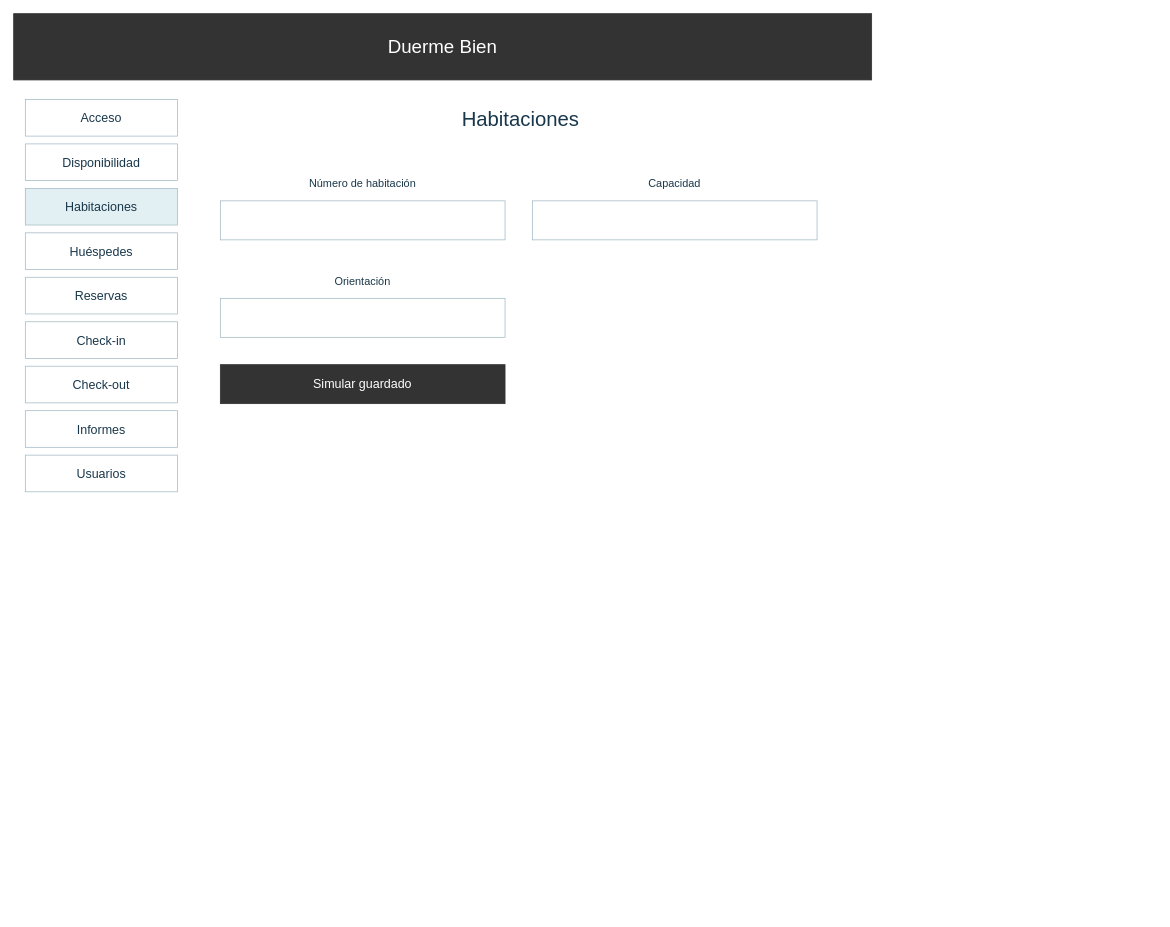
Before: page "Wireframe · Habitaciones" (4 of 19) of diagramas-editables/interfaces.drawio in Yutre3/hotel-duerme-bien, a draw.io diagram. Source tidied: cells renumbered, new cells numbered last; positions are measured from the earlier drawing's top-left corner, leaving out a move shared by most shapes. Both pictures are drawn from the tidied source at 78%, with x=0, y=0 at pixel (13, 13).
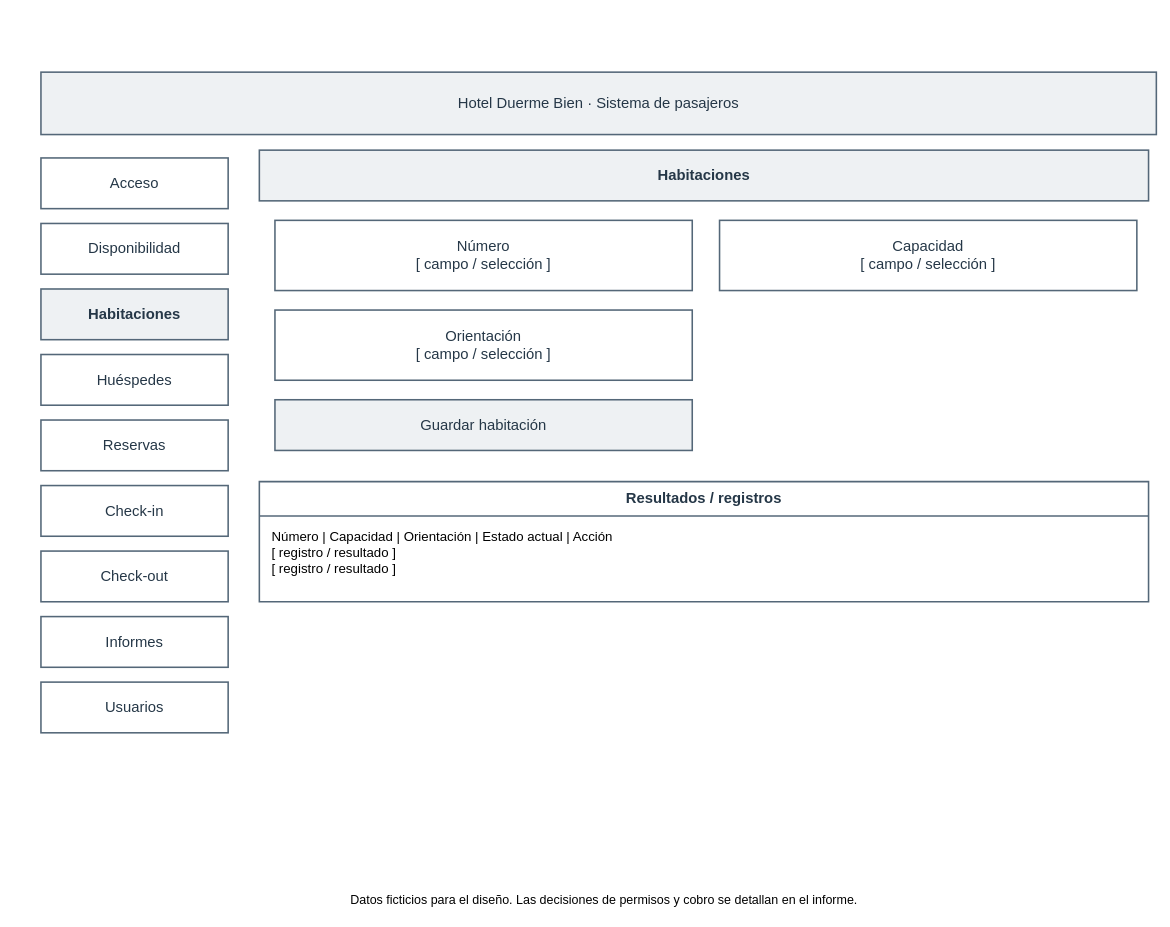
After the change.

Diff of the diagram source:
```diff
@@
 <mxGraphModel>
   <root>
     <mxCell id="0" />
     <mxCell id="1" parent="0" />
-    <mxCell id="2" value="Duerme Bien" style="html=0;whiteSpace=wrap;rounded=0;fillColor=#333333;fontColor=#ffffff;strokeColor=#333333;fontSize=24;" parent="1" vertex="1">
-      <mxGeometry width="1100" height="85" as="geometry" />
-    </mxCell>
+    <mxCell id="20" value="Hotel Duerme Bien · Sistema de pasajeros" style="rounded=0;html=0;whiteSpace=wrap;strokeColor=#546778;strokeWidth=2;fillColor=#eef1f3;fontColor=#253747;fontSize=19;" parent="1" vertex="1">
+      <mxGeometry x="35" y="75" width="1430" height="80" as="geometry" />
+    </mxCell>
-    <mxCell id="3" value="Acceso" style="html=0;whiteSpace=wrap;rounded=0;fillColor=#ffffff;fontColor=#19374b;strokeColor=#a7bcc6;fontSize=16;" parent="1" vertex="1">
-      <mxGeometry x="15" y="110" width="195" height="47" as="geometry" />
+    <mxCell id="3" value="Acceso" style="rounded=0;html=0;whiteSpace=wrap;strokeColor=#546778;strokeWidth=2;fillColor=#ffffff;fontColor=#253747;fontSize=19;" parent="1" vertex="1">
+      <mxGeometry x="35" y="185" width="240" height="65" as="geometry" />
     </mxCell>
-    <mxCell id="4" value="Disponibilidad" style="html=0;whiteSpace=wrap;rounded=0;fillColor=#ffffff;fontColor=#19374b;strokeColor=#a7bcc6;fontSize=16;" parent="1" vertex="1">
-      <mxGeometry x="15" y="167" width="195" height="47" as="geometry" />
+    <mxCell id="4" value="Disponibilidad" style="rounded=0;html=0;whiteSpace=wrap;strokeColor=#546778;strokeWidth=2;fillColor=#ffffff;fontColor=#253747;fontSize=19;" parent="1" vertex="1">
+      <mxGeometry x="35" y="269" width="240" height="65" as="geometry" />
     </mxCell>
-    <mxCell id="5" value="Habitaciones" style="html=0;whiteSpace=wrap;rounded=0;fillColor=#e3f0f3;fontColor=#19374b;strokeColor=#a7bcc6;fontSize=16;" parent="1" vertex="1">
-      <mxGeometry x="15" y="224" width="195" height="47" as="geometry" />
-    </mxCell>
+    <mxCell id="21" value="Habitaciones" style="rounded=0;html=0;whiteSpace=wrap;strokeColor=#546778;strokeWidth=2;fillColor=#eef1f3;fontColor=#253747;fontSize=19;fontStyle=1;" parent="1" vertex="1">
+      <mxGeometry x="35" y="353" width="240" height="65" as="geometry" />
+    </mxCell>
-    <mxCell id="6" value="Huéspedes" style="html=0;whiteSpace=wrap;rounded=0;fillColor=#ffffff;fontColor=#19374b;strokeColor=#a7bcc6;fontSize=16;" parent="1" vertex="1">
-      <mxGeometry x="15" y="281" width="195" height="47" as="geometry" />
+    <mxCell id="6" value="Huéspedes" style="rounded=0;html=0;whiteSpace=wrap;strokeColor=#546778;strokeWidth=2;fillColor=#ffffff;fontColor=#253747;fontSize=19;" parent="1" vertex="1">
+      <mxGeometry x="35" y="437" width="240" height="65" as="geometry" />
     </mxCell>
-    <mxCell id="7" value="Reservas" style="html=0;whiteSpace=wrap;rounded=0;fillColor=#ffffff;fontColor=#19374b;strokeColor=#a7bcc6;fontSize=16;" parent="1" vertex="1">
-      <mxGeometry x="15" y="338" width="195" height="47" as="geometry" />
+    <mxCell id="7" value="Reservas" style="rounded=0;html=0;whiteSpace=wrap;strokeColor=#546778;strokeWidth=2;fillColor=#ffffff;fontColor=#253747;fontSize=19;" parent="1" vertex="1">
+      <mxGeometry x="35" y="521" width="240" height="65" as="geometry" />
     </mxCell>
-    <mxCell id="8" value="Check-in" style="html=0;whiteSpace=wrap;rounded=0;fillColor=#ffffff;fontColor=#19374b;strokeColor=#a7bcc6;fontSize=16;" parent="1" vertex="1">
-      <mxGeometry x="15" y="395" width="195" height="47" as="geometry" />
+    <mxCell id="8" value="Check-in" style="rounded=0;html=0;whiteSpace=wrap;strokeColor=#546778;strokeWidth=2;fillColor=#ffffff;fontColor=#253747;fontSize=19;" parent="1" vertex="1">
+      <mxGeometry x="35" y="605" width="240" height="65" as="geometry" />
     </mxCell>
-    <mxCell id="9" value="Check-out" style="html=0;whiteSpace=wrap;rounded=0;fillColor=#ffffff;fontColor=#19374b;strokeColor=#a7bcc6;fontSize=16;" parent="1" vertex="1">
-      <mxGeometry x="15" y="452" width="195" height="47" as="geometry" />
+    <mxCell id="9" value="Check-out" style="rounded=0;html=0;whiteSpace=wrap;strokeColor=#546778;strokeWidth=2;fillColor=#ffffff;fontColor=#253747;fontSize=19;" parent="1" vertex="1">
+      <mxGeometry x="35" y="689" width="240" height="65" as="geometry" />
     </mxCell>
-    <mxCell id="10" value="Informes" style="html=0;whiteSpace=wrap;rounded=0;fillColor=#ffffff;fontColor=#19374b;strokeColor=#a7bcc6;fontSize=16;" parent="1" vertex="1">
-      <mxGeometry x="15" y="509" width="195" height="47" as="geometry" />
+    <mxCell id="10" value="Informes" style="rounded=0;html=0;whiteSpace=wrap;strokeColor=#546778;strokeWidth=2;fillColor=#ffffff;fontColor=#253747;fontSize=19;" parent="1" vertex="1">
+      <mxGeometry x="35" y="773" width="240" height="65" as="geometry" />
     </mxCell>
-    <mxCell id="11" value="Usuarios" style="html=0;whiteSpace=wrap;rounded=0;fillColor=#ffffff;fontColor=#19374b;strokeColor=#a7bcc6;fontSize=16;" parent="1" vertex="1">
-      <mxGeometry x="15" y="566" width="195" height="47" as="geometry" />
+    <mxCell id="11" value="Usuarios" style="rounded=0;html=0;whiteSpace=wrap;strokeColor=#546778;strokeWidth=2;fillColor=#ffffff;fontColor=#253747;fontSize=19;" parent="1" vertex="1">
+      <mxGeometry x="35" y="857" width="240" height="65" as="geometry" />
     </mxCell>
-    <mxCell id="12" value="Habitaciones" style="html=0;whiteSpace=wrap;rounded=0;fillColor=#ffffff;fontColor=#19374b;strokeColor=#ffffff;fontSize=26;" parent="1" vertex="1">
-      <mxGeometry x="250" y="110" width="800" height="50" as="geometry" />
-    </mxCell>
-    <mxCell id="13" value="Número de habitación" style="html=0;whiteSpace=wrap;rounded=0;fillColor=#ffffff;fontColor=#19374b;strokeColor=#ffffff;fontSize=14;" parent="1" vertex="1">
-      <mxGeometry x="265" y="200" width="365" height="35" as="geometry" />
-    </mxCell>
-    <mxCell id="14" style="html=0;whiteSpace=wrap;rounded=0;fillColor=#ffffff;fontColor=#19374b;strokeColor=#a7bcc6;fontSize=16;" parent="1" vertex="1">
-      <mxGeometry x="265" y="240" width="365" height="50" as="geometry" />
-    </mxCell>
-    <mxCell id="15" value="Capacidad" style="html=0;whiteSpace=wrap;rounded=0;fillColor=#ffffff;fontColor=#19374b;strokeColor=#ffffff;fontSize=14;" parent="1" vertex="1">
-      <mxGeometry x="665" y="200" width="365" height="35" as="geometry" />
-    </mxCell>
-    <mxCell id="16" style="html=0;whiteSpace=wrap;rounded=0;fillColor=#ffffff;fontColor=#19374b;strokeColor=#a7bcc6;fontSize=16;" parent="1" vertex="1">
-      <mxGeometry x="665" y="240" width="365" height="50" as="geometry" />
-    </mxCell>
-    <mxCell id="17" value="Orientación" style="html=0;whiteSpace=wrap;rounded=0;fillColor=#ffffff;fontColor=#19374b;strokeColor=#ffffff;fontSize=14;" parent="1" vertex="1">
-      <mxGeometry x="265" y="325" width="365" height="35" as="geometry" />
-    </mxCell>
-    <mxCell id="18" style="html=0;whiteSpace=wrap;rounded=0;fillColor=#ffffff;fontColor=#19374b;strokeColor=#a7bcc6;fontSize=16;" parent="1" vertex="1">
-      <mxGeometry x="265" y="365" width="365" height="50" as="geometry" />
-    </mxCell>
-    <mxCell id="19" value="Simular guardado" style="html=0;whiteSpace=wrap;rounded=0;fillColor=#333333;fontColor=#ffffff;strokeColor=#333333;fontSize=16;" parent="1" vertex="1">
-      <mxGeometry x="265" y="450" width="365" height="50" as="geometry" />
-    </mxCell>
+    <mxCell id="22" value="Habitaciones" style="rounded=0;html=0;whiteSpace=wrap;strokeColor=#546778;strokeWidth=2;fillColor=#eef1f3;fontColor=#253747;fontSize=19;fontStyle=1;" parent="1" vertex="1">
+      <mxGeometry x="315" y="175" width="1140" height="65" as="geometry" />
+    </mxCell>
+    <mxCell id="23" value="Número&#10;[ campo / selección ]" style="rounded=0;html=0;whiteSpace=wrap;strokeColor=#546778;strokeWidth=2;fillColor=#ffffff;fontColor=#253747;fontSize=19;" parent="1" vertex="1">
+      <mxGeometry x="335" y="265" width="535" height="90" as="geometry" />
+    </mxCell>
+    <mxCell id="24" value="Capacidad&#10;[ campo / selección ]" style="rounded=0;html=0;whiteSpace=wrap;strokeColor=#546778;strokeWidth=2;fillColor=#ffffff;fontColor=#253747;fontSize=19;" parent="1" vertex="1">
+      <mxGeometry x="905" y="265" width="535" height="90" as="geometry" />
+    </mxCell>
+    <mxCell id="25" value="Orientación&#10;[ campo / selección ]" style="rounded=0;html=0;whiteSpace=wrap;strokeColor=#546778;strokeWidth=2;fillColor=#ffffff;fontColor=#253747;fontSize=19;" parent="1" vertex="1">
+      <mxGeometry x="335" y="380" width="535" height="90" as="geometry" />
+    </mxCell>
+    <mxCell id="26" value="Guardar habitación" style="rounded=0;html=0;whiteSpace=wrap;strokeColor=#546778;strokeWidth=2;fillColor=#eef1f3;fontColor=#253747;fontSize=19;" parent="1" vertex="1">
+      <mxGeometry x="335" y="495" width="535" height="65" as="geometry" />
+    </mxCell>
+    <mxCell id="27" value="Resultados / registros" style="shape=swimlane;startSize=44;horizontal=1;html=0;whiteSpace=wrap;strokeColor=#546778;strokeWidth=2;fillColor=#ffffff;fontColor=#253747;fontSize=19;fontStyle=1;" parent="1" vertex="1">
+      <mxGeometry x="315" y="600" width="1140" height="154" as="geometry" />
+    </mxCell>
+    <mxCell id="28" value="Número | Capacidad | Orientación | Estado actual | Acción&#10;[ registro / resultado ]&#10;[ registro / resultado ]" style="text;html=0;strokeColor=none;fillColor=none;align=left;verticalAlign=top;spacingLeft=14;fontSize=17;" parent="27" vertex="1">
+      <mxGeometry y="54" width="1140" height="84" as="geometry" />
+    </mxCell>
+    <mxCell id="29" value="Datos ficticios para el diseño. Las decisiones de permisos y cobro se detallan en el informe." style="text;html=0;strokeColor=none;fillColor=none;fontSize=16;" parent="1" vertex="1">
+      <mxGeometry x="430" y="1120" width="900" height="35" as="geometry" />
+    </mxCell>
   </root>
 </mxGraphModel>
```
